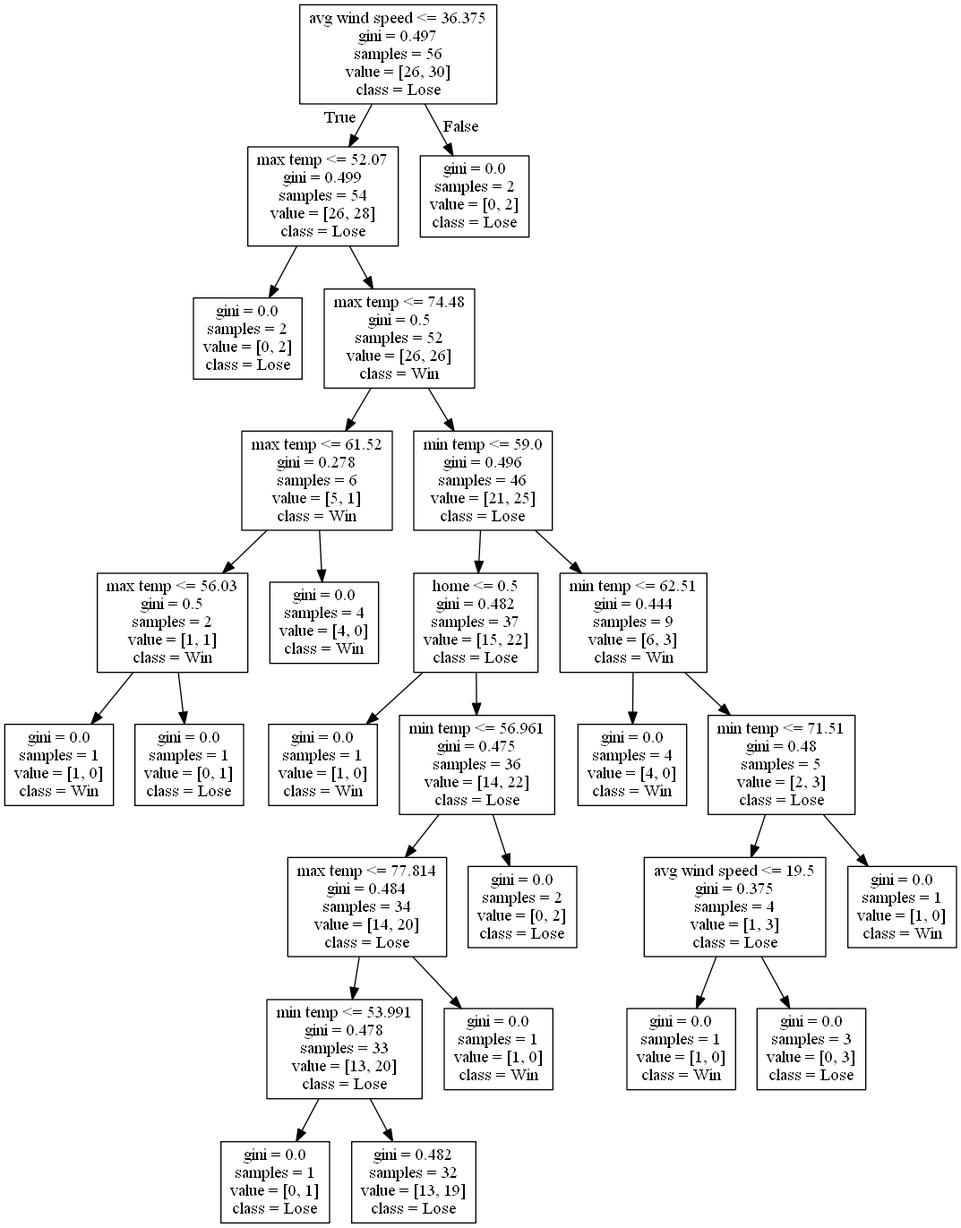
The Graphviz diagram DecisionTrees/decision_tree_no_score_or_attendance11.png in alexana-steck/CSE482Project, before a commit. Its source is kept beside it as DecisionTrees/decision_tree_no_score_or_attendance11.dot.
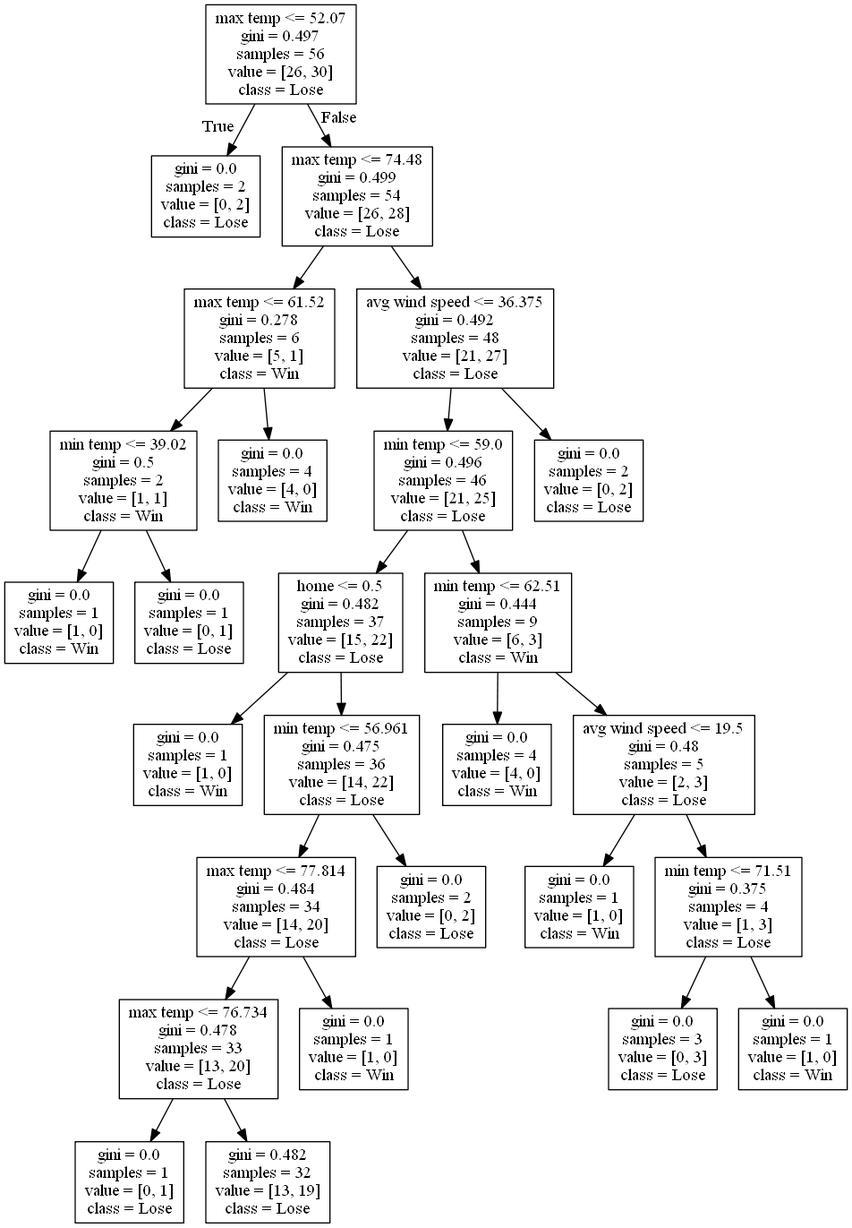
The same file after the commit.

Change to the diagram source:
```diff
@@ -1,24 +1,24 @@
 digraph Tree {
 node [shape=box] ;
-0 [label="avg wind speed <= 36.375\ngini = 0.497\nsamples = 56\nvalue = [26, 30]\nclass = Lose"] ;
-1 [label="max temp <= 52.07\ngini = 0.499\nsamples = 54\nvalue = [26, 28]\nclass = Lose"] ;
+0 [label="max temp <= 52.07\ngini = 0.497\nsamples = 56\nvalue = [26, 30]\nclass = Lose"] ;
+1 [label="gini = 0.0\nsamples = 2\nvalue = [0, 2]\nclass = Lose"] ;
 0 -> 1 [labeldistance=2.5, labelangle=45, headlabel="True"] ;
-2 [label="gini = 0.0\nsamples = 2\nvalue = [0, 2]\nclass = Lose"] ;
-1 -> 2 ;
-3 [label="max temp <= 74.48\ngini = 0.5\nsamples = 52\nvalue = [26, 26]\nclass = Win"] ;
-1 -> 3 ;
-4 [label="max temp <= 61.52\ngini = 0.278\nsamples = 6\nvalue = [5, 1]\nclass = Win"] ;
+2 [label="max temp <= 74.48\ngini = 0.499\nsamples = 54\nvalue = [26, 28]\nclass = Lose"] ;
+0 -> 2 [labeldistance=2.5, labelangle=-45, headlabel="False"] ;
+3 [label="max temp <= 61.52\ngini = 0.278\nsamples = 6\nvalue = [5, 1]\nclass = Win"] ;
+2 -> 3 ;
+4 [label="min temp <= 39.02\ngini = 0.5\nsamples = 2\nvalue = [1, 1]\nclass = Win"] ;
 3 -> 4 ;
-5 [label="max temp <= 56.03\ngini = 0.5\nsamples = 2\nvalue = [1, 1]\nclass = Win"] ;
+5 [label="gini = 0.0\nsamples = 1\nvalue = [1, 0]\nclass = Win"] ;
 4 -> 5 ;
-6 [label="gini = 0.0\nsamples = 1\nvalue = [1, 0]\nclass = Win"] ;
-5 -> 6 ;
-7 [label="gini = 0.0\nsamples = 1\nvalue = [0, 1]\nclass = Lose"] ;
-5 -> 7 ;
-8 [label="gini = 0.0\nsamples = 4\nvalue = [4, 0]\nclass = Win"] ;
-4 -> 8 ;
+6 [label="gini = 0.0\nsamples = 1\nvalue = [0, 1]\nclass = Lose"] ;
+4 -> 6 ;
+7 [label="gini = 0.0\nsamples = 4\nvalue = [4, 0]\nclass = Win"] ;
+3 -> 7 ;
+8 [label="avg wind speed <= 36.375\ngini = 0.492\nsamples = 48\nvalue = [21, 27]\nclass = Lose"] ;
+2 -> 8 ;
 9 [label="min temp <= 59.0\ngini = 0.496\nsamples = 46\nvalue = [21, 25]\nclass = Lose"] ;
-3 -> 9 ;
+8 -> 9 ;
 10 [label="home <= 0.5\ngini = 0.482\nsamples = 37\nvalue = [15, 22]\nclass = Lose"] ;
 9 -> 10 ;
 11 [label="gini = 0.0\nsamples = 1\nvalue = [1, 0]\nclass = Win"] ;
@@ -27,7 +27,7 @@
 10 -> 12 ;
 13 [label="max temp <= 77.814\ngini = 0.484\nsamples = 34\nvalue = [14, 20]\nclass = Lose"] ;
 12 -> 13 ;
-14 [label="min temp <= 53.991\ngini = 0.478\nsamples = 33\nvalue = [13, 20]\nclass = Lose"] ;
+14 [label="max temp <= 76.734\ngini = 0.478\nsamples = 33\nvalue = [13, 20]\nclass = Lose"] ;
 13 -> 14 ;
 15 [label="gini = 0.0\nsamples = 1\nvalue = [0, 1]\nclass = Lose"] ;
 14 -> 15 ;
@@ -41,16 +41,16 @@
 9 -> 19 ;
 20 [label="gini = 0.0\nsamples = 4\nvalue = [4, 0]\nclass = Win"] ;
 19 -> 20 ;
-21 [label="min temp <= 71.51\ngini = 0.48\nsamples = 5\nvalue = [2, 3]\nclass = Lose"] ;
+21 [label="avg wind speed <= 19.5\ngini = 0.48\nsamples = 5\nvalue = [2, 3]\nclass = Lose"] ;
 19 -> 21 ;
-22 [label="avg wind speed <= 19.5\ngini = 0.375\nsamples = 4\nvalue = [1, 3]\nclass = Lose"] ;
+22 [label="gini = 0.0\nsamples = 1\nvalue = [1, 0]\nclass = Win"] ;
 21 -> 22 ;
-23 [label="gini = 0.0\nsamples = 1\nvalue = [1, 0]\nclass = Win"] ;
-22 -> 23 ;
+23 [label="min temp <= 71.51\ngini = 0.375\nsamples = 4\nvalue = [1, 3]\nclass = Lose"] ;
+21 -> 23 ;
 24 [label="gini = 0.0\nsamples = 3\nvalue = [0, 3]\nclass = Lose"] ;
-22 -> 24 ;
+23 -> 24 ;
 25 [label="gini = 0.0\nsamples = 1\nvalue = [1, 0]\nclass = Win"] ;
-21 -> 25 ;
+23 -> 25 ;
 26 [label="gini = 0.0\nsamples = 2\nvalue = [0, 2]\nclass = Lose"] ;
-0 -> 26 [labeldistance=2.5, labelangle=-45, headlabel="False"] ;
+8 -> 26 ;
 }
```
